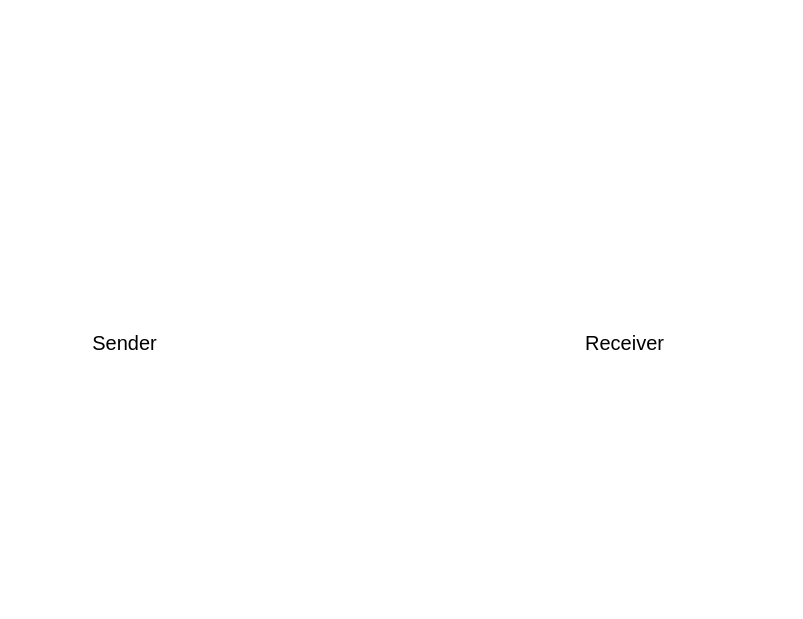
NaminderSoorma/draw.io keeps this draw.io diagram as Untitled Diagram.drawio. Above is the earlier version. Source tidied: cells renumbered, new cells numbered last; positions are measured from the earlier drawing's top-left corner, leaving out a move shared by most shapes. Both pictures are drawn from the tidied source at 100%, with x=0, y=0 at pixel (84, 327).
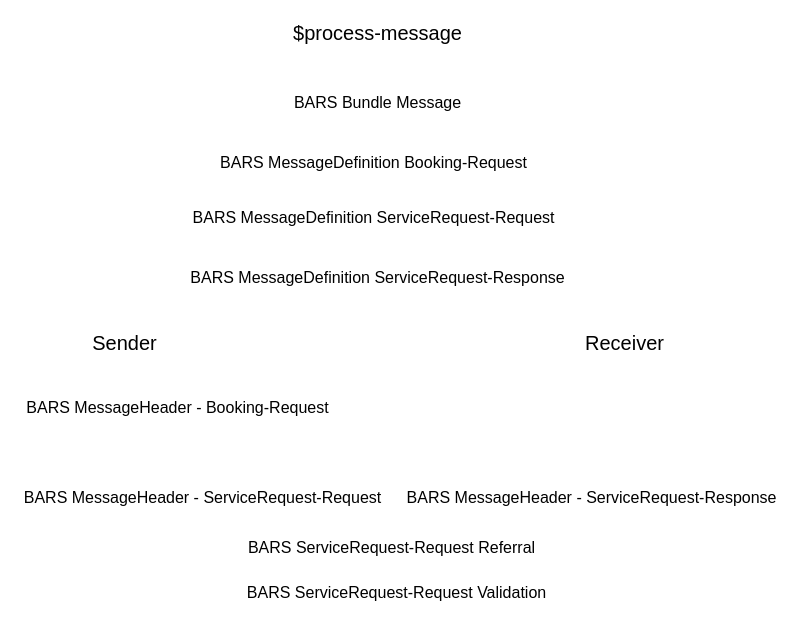
The same diagram, later.

The edit, as a diff of the source:
```diff
@@
 <mxGraphModel>
   <root>
     <mxCell id="0" />
     <mxCell id="1" parent="0" />
     <mxCell id="2" value="Sender" style="text;html=1;align=center;verticalAlign=middle;fillColor=none;strokeColor=none;rounded=0;fontSize=20;" parent="1" vertex="1">
       <mxGeometry width="80" height="30" as="geometry" />
     </mxCell>
     <mxCell id="3" value="Receiver" style="text;html=1;align=center;verticalAlign=middle;fillColor=none;strokeColor=none;rounded=0;fontSize=20;" parent="1" vertex="1">
       <mxGeometry x="495" width="90" height="30" as="geometry" />
     </mxCell>
+    <mxCell id="4" value="$process-message" style="text;html=1;align=center;verticalAlign=middle;fillColor=none;strokeColor=none;rounded=0;fontSize=20;" parent="1" vertex="1">
+      <mxGeometry x="202.5" y="-310" width="180" height="30" as="geometry" />
+    </mxCell>
+    <mxCell id="5" value="BARS Bundle Message" style="text;html=1;align=center;verticalAlign=middle;fillColor=none;strokeColor=none;rounded=0;fontSize=16;" parent="1" vertex="1">
+      <mxGeometry x="202.5" y="-235" width="180" height="20" as="geometry" />
+    </mxCell>
+    <mxCell id="6" value="BARS MessageDefinition Booking-Request" style="text;html=1;align=center;verticalAlign=middle;fillColor=none;strokeColor=none;rounded=0;fontSize=16;" parent="1" vertex="1">
+      <mxGeometry x="128.5" y="-175" width="320" height="20" as="geometry" />
+    </mxCell>
+    <mxCell id="7" value="BARS MessageDefinition ServiceRequest-Request" style="text;html=1;align=center;verticalAlign=middle;fillColor=none;strokeColor=none;rounded=0;fontSize=16;" parent="1" vertex="1">
+      <mxGeometry x="98.5" y="-120" width="380" height="20" as="geometry" />
+    </mxCell>
+    <mxCell id="8" value="BARS MessageDefinition ServiceRequest-Response" style="text;html=1;align=center;verticalAlign=middle;fillColor=none;strokeColor=none;rounded=0;fontSize=16;" parent="1" vertex="1">
+      <mxGeometry x="97.5" y="-60" width="390" height="20" as="geometry" />
+    </mxCell>
+    <mxCell id="9" value="BARS MessageHeader - Booking-Request" style="text;html=1;align=center;verticalAlign=middle;fillColor=none;strokeColor=none;rounded=0;fontSize=16;" parent="1" vertex="1">
+      <mxGeometry x="-67.5" y="70" width="320" height="20" as="geometry" />
+    </mxCell>
+    <mxCell id="10" value="BARS MessageHeader - ServiceRequest-Request" style="text;html=1;align=center;verticalAlign=middle;fillColor=none;strokeColor=none;rounded=0;fontSize=16;" parent="1" vertex="1">
+      <mxGeometry x="-67.5" y="160" width="370" height="20" as="geometry" />
+    </mxCell>
+    <mxCell id="11" value="BARS MessageHeader - ServiceRequest-Response" style="text;html=1;align=center;verticalAlign=middle;fillColor=none;strokeColor=none;rounded=0;fontSize=16;" parent="1" vertex="1">
+      <mxGeometry x="311.5" y="160" width="390" height="20" as="geometry" />
+    </mxCell>
+    <mxCell id="12" value="BARS ServiceRequest-Request Referral" style="text;html=1;align=center;verticalAlign=middle;fillColor=none;strokeColor=none;rounded=0;fontSize=16;" parent="1" vertex="1">
+      <mxGeometry x="156.5" y="210" width="300" height="20" as="geometry" />
+    </mxCell>
+    <mxCell id="13" value="BARS ServiceRequest-Request Validation" style="text;html=1;align=center;verticalAlign=middle;fillColor=none;strokeColor=none;rounded=0;fontSize=16;" parent="1" vertex="1">
+      <mxGeometry x="156.5" y="255" width="310" height="20" as="geometry" />
+    </mxCell>
   </root>
 </mxGraphModel>
```
